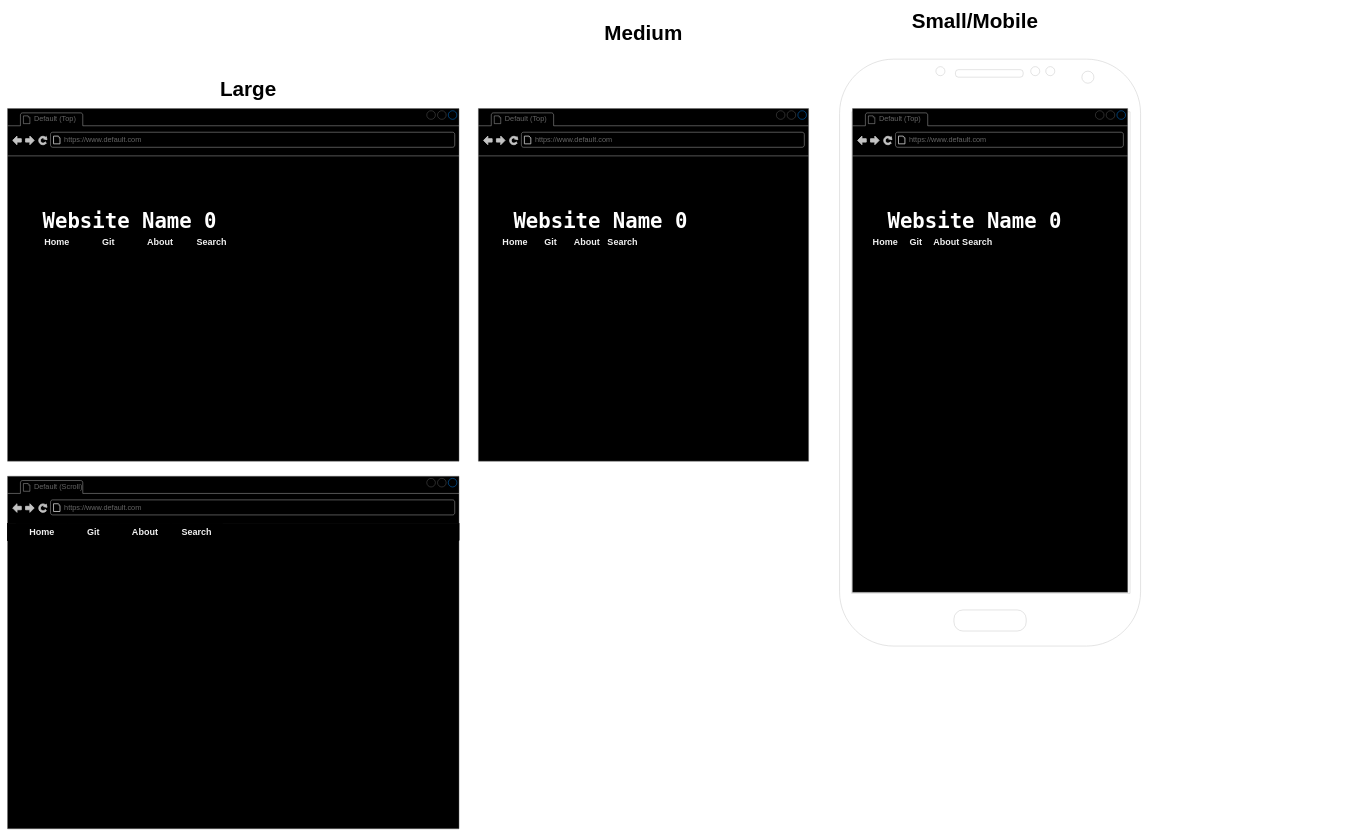
This is page "Default" (1 of 4) of docs/diagrams/wireframe.drawio from Kvan7/congenial-octo-disco, a draw.io file, before an edit. Source tidied: cells renumbered, new cells numbered last; positions are measured from the earlier drawing's top-left corner, leaving out a move shared by most shapes. Both pictures are drawn from the tidied source at 43%, with x=0, y=0 at pixel (7, 7).
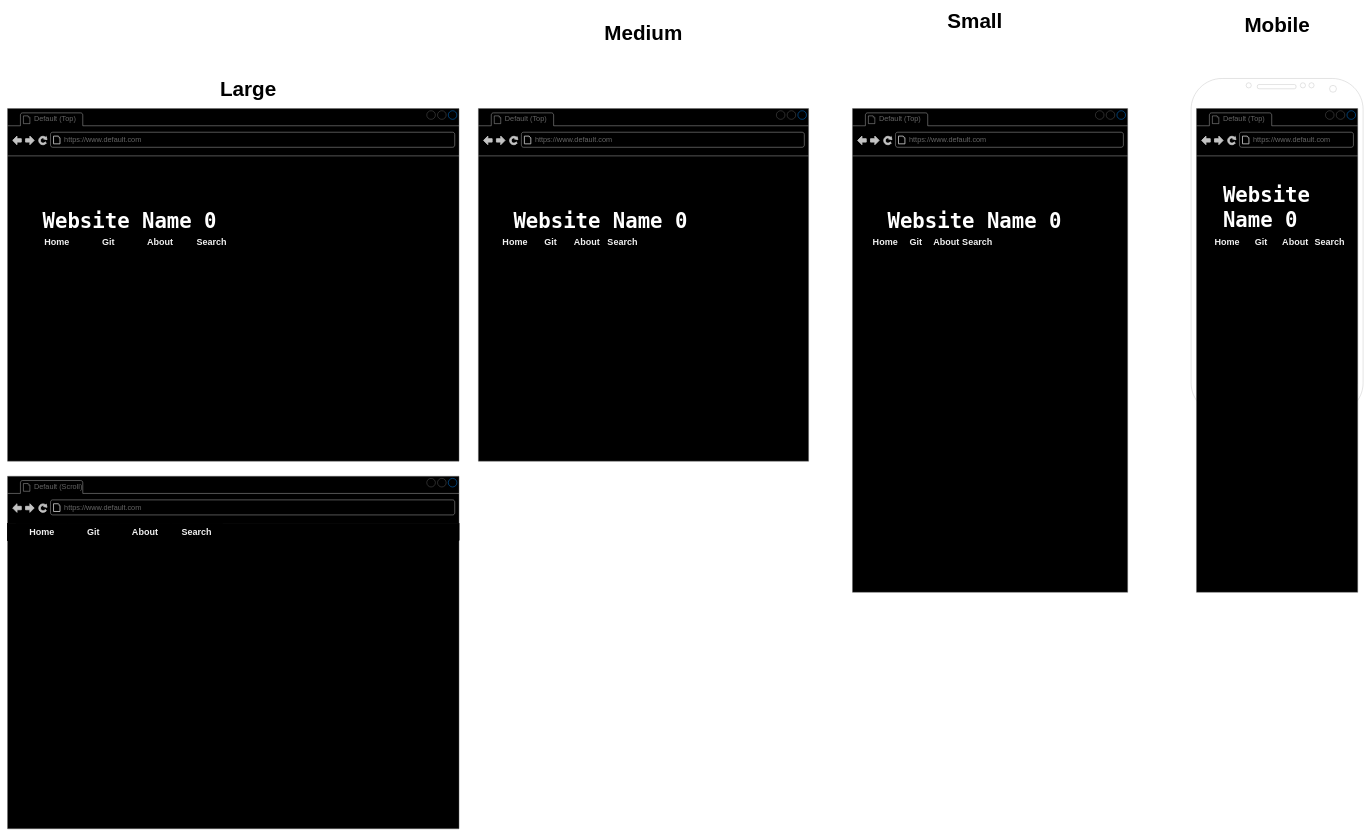
The same diagram, later.

Commit message (it also covers changes not shown here):
updated mobile size in wireframes

Diff of the diagram source:
```diff
@@
-    <mxCell id="2" style="verticalLabelPosition=bottom;verticalAlign=top;html=1;shadow=0;dashed=0;strokeWidth=1;shape=mxgraph.android.phone2;strokeColor=#c0c0c0;fontSize=48;" parent="1" vertex="1">
-      <mxGeometry x="1935" y="120" width="700" height="1365" as="geometry" />
-    </mxCell>
@@
-    <mxCell id="44" value="Small/Mobile" style="text;html=1;strokeColor=none;fillColor=none;align=center;verticalAlign=middle;whiteSpace=wrap;rounded=0;fontSize=48;fontStyle=1;" parent="1" vertex="1">
+    <mxCell id="44" value="Small" style="text;html=1;strokeColor=none;fillColor=none;align=center;verticalAlign=middle;whiteSpace=wrap;rounded=0;fontSize=48;fontStyle=1;" parent="1" vertex="1">
       <mxGeometry x="2095" width="310" height="60" as="geometry" />
     </mxCell>
+    <mxCell id="45" style="verticalLabelPosition=bottom;verticalAlign=top;html=1;shadow=0;dashed=0;strokeWidth=1;shape=mxgraph.android.phone2;strokeColor=#c0c0c0;fontSize=48;" parent="1" vertex="1">
+      <mxGeometry x="2752.5" y="165" width="400" height="780" as="geometry" />
+    </mxCell>
+    <mxCell id="46" style="strokeWidth=1;shadow=0;dashed=0;align=center;html=1;shape=mxgraph.mockup.containers.browserWindow;rSize=0;strokeColor=none;mainText=,;rounded=0;labelBackgroundColor=none;fontFamily=Verdana;fontSize=12;fillColor=#000000;" parent="1" vertex="1">
+      <mxGeometry x="2765" y="235" width="375" height="1125" as="geometry" />
+    </mxCell>
+    <mxCell id="47" value="Default (Top)" style="strokeWidth=1;shadow=0;dashed=0;align=center;html=1;shape=mxgraph.mockup.containers.anchor;fontSize=17;fontColor=#666666;align=left;" parent="46" vertex="1">
+      <mxGeometry x="60" y="12" width="110" height="26" as="geometry" />
+    </mxCell>
+    <mxCell id="48" value="https://www.default.com" style="strokeWidth=1;shadow=0;dashed=0;align=center;html=1;shape=mxgraph.mockup.containers.anchor;rSize=0;fontSize=17;fontColor=#666666;align=left;" parent="46" vertex="1">
+      <mxGeometry x="130" y="60" width="250" height="26" as="geometry" />
+    </mxCell>
+    <mxCell id="49" value="&lt;b&gt;Website &lt;br&gt;Name 0&lt;/b&gt;" style="text;html=1;align=left;verticalAlign=top;spacingTop=-4;fontSize=48;fontFamily=Lucida Console;fontColor=#FFFFFF;" parent="46" vertex="1">
+      <mxGeometry x="60" y="170" width="280" height="150" as="geometry" />
+    </mxCell>
+    <mxCell id="50" style="group;fillColor=#000000;strokeColor=default;fontColor=#F0F0F0;" parent="46" vertex="1">
+      <mxGeometry x="20" y="290" width="330" height="40" as="geometry" />
+    </mxCell>
+    <mxCell id="51" style="rounded=1;whiteSpace=wrap;html=1;labelBackgroundColor=none;fillStyle=solid;fontSize=21;strokeColor=default;strokeWidth=0;fillColor=#000000;fontColor=#F0F0F0;" parent="50" vertex="1">
+      <mxGeometry width="330" height="40" as="geometry" />
+    </mxCell>
+    <mxCell id="52" value="Home" style="rounded=0;whiteSpace=wrap;html=1;labelBackgroundColor=none;fillStyle=solid;fontSize=21;strokeColor=default;strokeWidth=1;fillColor=#000000;fontColor=#F0F0F0;fontStyle=1;" parent="50" vertex="1">
+      <mxGeometry x="11.9" width="78.6" height="40" as="geometry" />
+    </mxCell>
+    <mxCell id="53" value="Git" style="rounded=0;whiteSpace=wrap;html=1;labelBackgroundColor=none;fillStyle=solid;fontSize=21;strokeColor=default;strokeWidth=1;fillColor=#000000;fontColor=#F0F0F0;fontStyle=1;" parent="50" vertex="1">
+      <mxGeometry x="90.5" width="79.4" height="40" as="geometry" />
+    </mxCell>
+    <mxCell id="54" value="About" style="rounded=0;whiteSpace=wrap;html=1;labelBackgroundColor=none;fillStyle=solid;fontSize=21;strokeColor=default;strokeWidth=1;fillColor=#000000;fontColor=#F0F0F0;fontStyle=1;" parent="50" vertex="1">
+      <mxGeometry x="169.8" width="80.2" height="40" as="geometry" />
+    </mxCell>
+    <mxCell id="55" value="Search" style="rounded=0;whiteSpace=wrap;html=1;labelBackgroundColor=none;fillStyle=solid;fontSize=21;strokeColor=default;strokeWidth=1;fillColor=#000000;fontColor=#F0F0F0;fontStyle=1;" parent="50" vertex="1">
+      <mxGeometry x="250" width="80" height="40" as="geometry" />
+    </mxCell>
+    <mxCell id="56" value="Mobile" style="text;html=1;strokeColor=none;fillColor=none;align=center;verticalAlign=middle;whiteSpace=wrap;rounded=0;fontSize=48;fontStyle=1;" parent="1" vertex="1">
+      <mxGeometry x="2797.5" y="10" width="310" height="60" as="geometry" />
+    </mxCell>
```
